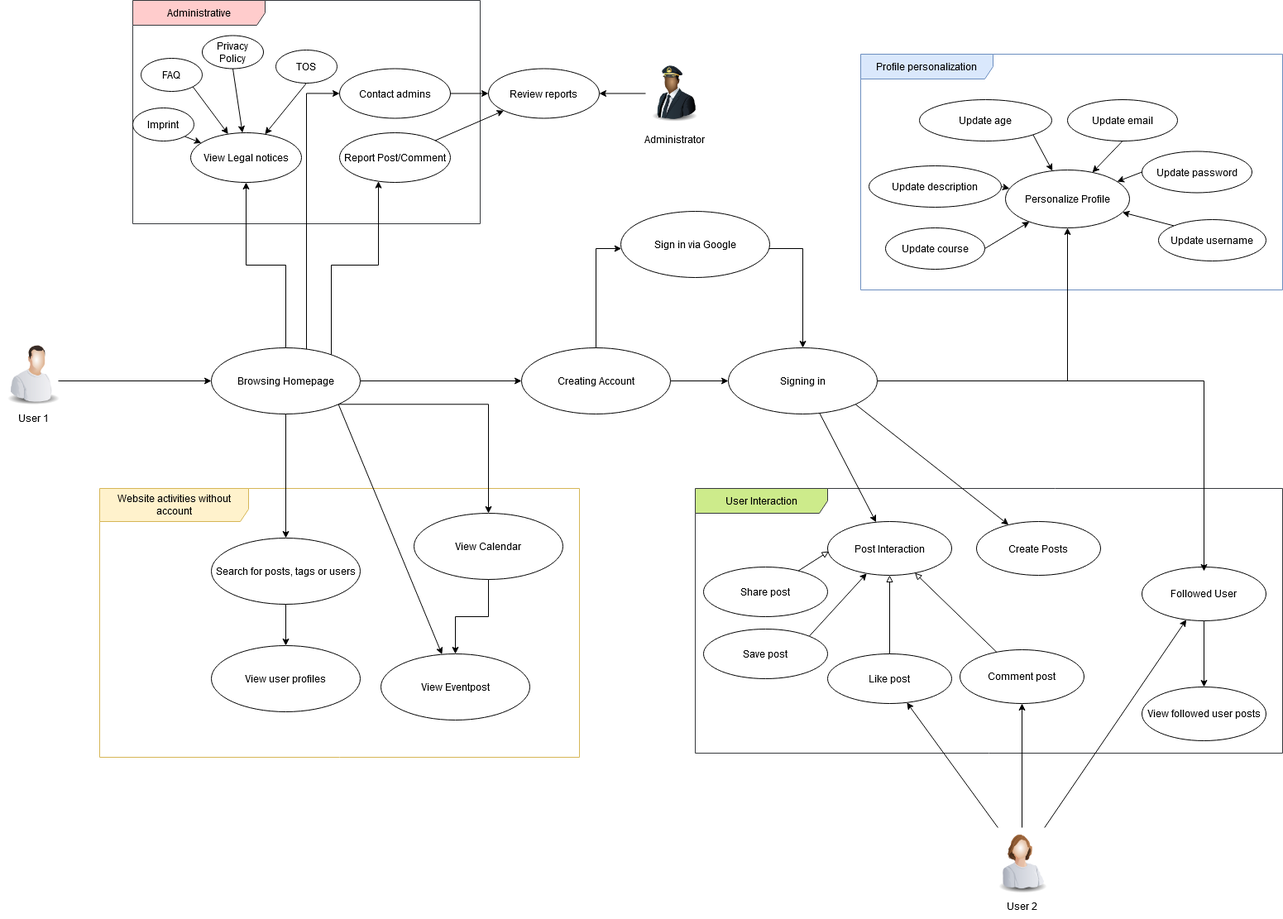
This is docs/diagrams/UsecaseDiagramGeneralRenewed.drawio.png from SE-TINF22B6/DHBWhub, a draw.io export, as it was before one commit. Source tidied: cells renumbered, new cells last; positions are measured from the earlier drawing's top-left corner, leaving out a move shared by most shapes. Source of this version:
```xml
<mxGraphModel>
  <root>
    <mxCell id="0" />
    <mxCell id="1" parent="0" />
    <mxCell id="2" value="Profile personalization" style="shape=umlFrame;whiteSpace=wrap;html=1;width=160;fillColor=#dae8fc;strokeColor=#6c8ebf;swimlaneFillColor=default;" parent="1" vertex="1">
      <mxGeometry x="1040" y="65" width="510" height="285" as="geometry" />
    </mxCell>
    <mxCell id="3" style="rounded=0;jettySize=auto;html=1;exitX=0;exitY=0;exitDx=0;exitDy=0;" parent="2" edge="1" source="4" target="9">
      <mxGeometry relative="1" as="geometry" />
    </mxCell>
    <mxCell id="4" value="Update username" style="ellipse;whiteSpace=wrap;html=1;" parent="2" vertex="1">
      <mxGeometry x="360" y="200" width="130" height="50" as="geometry" />
    </mxCell>
    <mxCell id="5" style="rounded=0;jettySize=auto;html=1;exitX=1;exitY=0.5;exitDx=0;exitDy=0;" parent="2" edge="1" source="6" target="9">
      <mxGeometry relative="1" as="geometry" />
    </mxCell>
    <mxCell id="6" value="Update course" style="ellipse;whiteSpace=wrap;html=1;" parent="2" vertex="1">
      <mxGeometry x="30" y="210" width="120" height="50" as="geometry" />
    </mxCell>
    <mxCell id="7" style="rounded=0;jettySize=auto;html=1;exitX=1;exitY=0.5;exitDx=0;exitDy=0;" parent="2" edge="1" source="8" target="9">
      <mxGeometry relative="1" as="geometry" />
    </mxCell>
    <mxCell id="8" value="Update description" style="ellipse;whiteSpace=wrap;html=1;" parent="2" vertex="1">
      <mxGeometry x="10" y="135" width="160" height="50" as="geometry" />
    </mxCell>
    <mxCell id="9" value="Personalize Profile" style="ellipse;whiteSpace=wrap;html=1;" parent="2" vertex="1">
      <mxGeometry x="175" y="140" width="150" height="70" as="geometry" />
    </mxCell>
    <mxCell id="10" style="rounded=0;jettySize=auto;html=1;exitX=0.5;exitY=1;exitDx=0;exitDy=0;" parent="2" edge="1" source="11" target="9">
      <mxGeometry relative="1" as="geometry" />
    </mxCell>
    <mxCell id="11" value="Update email" style="ellipse;whiteSpace=wrap;html=1;" parent="2" vertex="1">
      <mxGeometry x="250" y="55" width="133" height="50" as="geometry" />
    </mxCell>
    <mxCell id="12" style="rounded=0;jettySize=auto;html=1;exitX=1;exitY=1;exitDx=0;exitDy=0;" parent="2" edge="1" source="13" target="9">
      <mxGeometry relative="1" as="geometry" />
    </mxCell>
    <mxCell id="13" value="Update age" style="ellipse;whiteSpace=wrap;html=1;" parent="2" vertex="1">
      <mxGeometry x="71" y="55" width="160" height="50" as="geometry" />
    </mxCell>
    <mxCell id="14" style="rounded=0;jettySize=auto;html=1;exitX=0;exitY=0.5;exitDx=0;exitDy=0;" parent="2" edge="1" source="15" target="9">
      <mxGeometry relative="1" as="geometry" />
    </mxCell>
    <mxCell id="15" value="Update password" style="ellipse;whiteSpace=wrap;html=1;" parent="2" vertex="1">
      <mxGeometry x="340" y="117.5" width="133" height="50" as="geometry" />
    </mxCell>
    <mxCell id="16" value="User Interaction" style="shape=umlFrame;whiteSpace=wrap;html=1;width=160;fillColor=#cdeb8b;strokeColor=#36393d;swimlaneFillColor=default;" parent="1" vertex="1">
      <mxGeometry x="840" y="590" width="710" height="320" as="geometry" />
    </mxCell>
    <mxCell id="17" style="edgeStyle=orthogonalEdgeStyle;rounded=0;jettySize=auto;html=1;exitX=0.5;exitY=1;exitDx=0;exitDy=0;" parent="16" edge="1" source="18" target="29">
      <mxGeometry relative="1" as="geometry" />
    </mxCell>
    <mxCell id="18" value="Followed User" style="ellipse;whiteSpace=wrap;html=1;" parent="16" vertex="1">
      <mxGeometry x="540" y="95" width="150" height="65" as="geometry" />
    </mxCell>
    <mxCell id="19" value="Post Interaction" style="ellipse;whiteSpace=wrap;html=1;" parent="16" vertex="1">
      <mxGeometry x="160" y="40" width="150" height="65" as="geometry" />
    </mxCell>
    <mxCell id="20" style="rounded=0;jettySize=auto;html=1;endArrow=block;endFill=0;" parent="16" edge="1" source="21" target="19">
      <mxGeometry relative="1" as="geometry" />
    </mxCell>
    <mxCell id="21" value="Comment post" style="ellipse;whiteSpace=wrap;html=1;" parent="16" vertex="1">
      <mxGeometry x="320" y="195" width="150" height="65" as="geometry" />
    </mxCell>
    <mxCell id="22" style="edgeStyle=orthogonalEdgeStyle;rounded=0;jettySize=auto;html=1;exitX=0.5;exitY=0;exitDx=0;exitDy=0;entryX=0.5;entryY=1;entryDx=0;entryDy=0;endArrow=block;endFill=0;" parent="16" edge="1" source="23" target="19">
      <mxGeometry relative="1" as="geometry" />
    </mxCell>
    <mxCell id="23" value="Like post" style="ellipse;whiteSpace=wrap;html=1;" parent="16" vertex="1">
      <mxGeometry x="160" y="200" width="150" height="60" as="geometry" />
    </mxCell>
    <mxCell id="24" value="Share post" style="ellipse;whiteSpace=wrap;html=1;" parent="16" vertex="1">
      <mxGeometry x="10" y="95" width="150" height="60" as="geometry" />
    </mxCell>
    <mxCell id="25" style="rounded=0;jettySize=auto;html=1;entryX=0.01;entryY=0.555;entryDx=0;entryDy=0;entryPerimeter=0;endArrow=block;endFill=0;" parent="16" edge="1" source="24" target="19">
      <mxGeometry relative="1" as="geometry" />
    </mxCell>
    <mxCell id="26" style="rounded=0;jettySize=auto;html=1;exitX=1;exitY=0;exitDx=0;exitDy=0;" parent="16" edge="1" source="27" target="19">
      <mxGeometry relative="1" as="geometry" />
    </mxCell>
    <mxCell id="27" value="Save post" style="ellipse;whiteSpace=wrap;html=1;" parent="16" vertex="1">
      <mxGeometry x="10" y="170" width="150" height="60" as="geometry" />
    </mxCell>
    <mxCell id="28" value="Create Posts" style="ellipse;whiteSpace=wrap;html=1;" parent="16" vertex="1">
      <mxGeometry x="340" y="40" width="150" height="65" as="geometry" />
    </mxCell>
    <mxCell id="29" value="View followed user posts" style="ellipse;whiteSpace=wrap;html=1;" parent="16" vertex="1">
      <mxGeometry x="540" y="240" width="150" height="65" as="geometry" />
    </mxCell>
    <mxCell id="30" value="Administrative" style="shape=umlFrame;whiteSpace=wrap;html=1;width=160;fillColor=#ffcccc;strokeColor=#36393d;swimlaneFillColor=default;gradientColor=none;" parent="1" vertex="1">
      <mxGeometry x="160" width="420" height="270" as="geometry" />
    </mxCell>
    <mxCell id="31" style="rounded=0;jettySize=auto;html=1;exitX=1;exitY=1;exitDx=0;exitDy=0;" parent="30" edge="1" source="32" target="33">
      <mxGeometry relative="1" as="geometry" />
    </mxCell>
    <mxCell id="32" value="FAQ" style="ellipse;whiteSpace=wrap;html=1;" parent="30" vertex="1">
      <mxGeometry x="10" y="70" width="74" height="40" as="geometry" />
    </mxCell>
    <mxCell id="33" value="View Legal notices " style="ellipse;whiteSpace=wrap;html=1;" parent="30" vertex="1">
      <mxGeometry x="70" y="160" width="134" height="60" as="geometry" />
    </mxCell>
    <mxCell id="34" style="rounded=0;jettySize=auto;html=1;exitX=0.5;exitY=1;exitDx=0;exitDy=0;" parent="30" edge="1" source="35" target="33">
      <mxGeometry relative="1" as="geometry" />
    </mxCell>
    <mxCell id="35" value="Privacy Policy" style="ellipse;whiteSpace=wrap;html=1;" parent="30" vertex="1">
      <mxGeometry x="84" y="42.5" width="74" height="40" as="geometry" />
    </mxCell>
    <mxCell id="36" style="rounded=0;jettySize=auto;html=1;exitX=0.5;exitY=1;exitDx=0;exitDy=0;" parent="30" edge="1" source="37" target="33">
      <mxGeometry relative="1" as="geometry" />
    </mxCell>
    <mxCell id="37" value="TOS" style="ellipse;whiteSpace=wrap;html=1;" parent="30" vertex="1">
      <mxGeometry x="173" y="60" width="74" height="40" as="geometry" />
    </mxCell>
    <mxCell id="38" style="rounded=0;jettySize=auto;html=1;exitX=1;exitY=1;exitDx=0;exitDy=0;" parent="30" edge="1" source="39" target="33">
      <mxGeometry relative="1" as="geometry" />
    </mxCell>
    <mxCell id="39" value="Imprint" style="ellipse;whiteSpace=wrap;html=1;" parent="30" vertex="1">
      <mxGeometry y="130" width="74" height="40" as="geometry" />
    </mxCell>
    <mxCell id="40" style="edgeStyle=orthogonalEdgeStyle;rounded=0;orthogonalLoop=1;jettySize=auto;html=1;exitX=0.5;exitY=1;exitDx=0;exitDy=0;" parent="30" edge="1" source="32" target="32">
      <mxGeometry relative="1" as="geometry" />
    </mxCell>
    <mxCell id="41" value="Contact admins" style="ellipse;whiteSpace=wrap;html=1;" parent="30" vertex="1">
      <mxGeometry x="250" y="82.5" width="134" height="60" as="geometry" />
    </mxCell>
    <mxCell id="42" value="Report Post/Comment" style="ellipse;whiteSpace=wrap;html=1;" parent="30" vertex="1">
      <mxGeometry x="250" y="160" width="134" height="60" as="geometry" />
    </mxCell>
    <mxCell id="43" value="Website activities without account" style="shape=umlFrame;whiteSpace=wrap;html=1;width=180;fillColor=#fff2cc;strokeColor=#d6b656;height=40;swimlaneFillColor=default;" parent="1" vertex="1">
      <mxGeometry x="120" y="590" width="580" height="325" as="geometry" />
    </mxCell>
    <mxCell id="44" style="edgeStyle=orthogonalEdgeStyle;rounded=0;jettySize=auto;html=1;" parent="43" edge="1" source="45" target="46">
      <mxGeometry relative="1" as="geometry" />
    </mxCell>
    <mxCell id="45" value="Search for posts, tags or users" style="ellipse;whiteSpace=wrap;html=1;" parent="43" vertex="1">
      <mxGeometry x="135" y="60" width="180" height="80" as="geometry" />
    </mxCell>
    <mxCell id="46" value="View user profiles" style="ellipse;whiteSpace=wrap;html=1;" parent="43" vertex="1">
      <mxGeometry x="135" y="190" width="180" height="80" as="geometry" />
    </mxCell>
    <mxCell id="47" value="View Eventpost" style="ellipse;whiteSpace=wrap;html=1;" parent="43" vertex="1">
      <mxGeometry x="340" y="200" width="180" height="80" as="geometry" />
    </mxCell>
    <mxCell id="48" style="edgeStyle=orthogonalEdgeStyle;rounded=0;jettySize=auto;html=1;" parent="43" edge="1" source="49" target="47">
      <mxGeometry relative="1" as="geometry" />
    </mxCell>
    <mxCell id="49" value="View Calendar" style="ellipse;whiteSpace=wrap;html=1;" parent="43" vertex="1">
      <mxGeometry x="380" y="30" width="180" height="80" as="geometry" />
    </mxCell>
    <mxCell id="50" style="edgeStyle=orthogonalEdgeStyle;rounded=0;jettySize=auto;html=1;exitX=1;exitY=0.5;exitDx=0;exitDy=0;" parent="1" edge="1" source="57" target="61">
      <mxGeometry relative="1" as="geometry" />
    </mxCell>
    <mxCell id="51" style="edgeStyle=orthogonalEdgeStyle;rounded=0;jettySize=auto;html=1;exitX=0.5;exitY=1;exitDx=0;exitDy=0;" parent="1" edge="1" source="57" target="45">
      <mxGeometry relative="1" as="geometry" />
    </mxCell>
    <mxCell id="52" style="edgeStyle=orthogonalEdgeStyle;rounded=0;jettySize=auto;html=1;exitX=1;exitY=1;exitDx=0;exitDy=0;" parent="1" edge="1" source="57" target="49">
      <mxGeometry relative="1" as="geometry" />
    </mxCell>
    <mxCell id="53" style="rounded=0;jettySize=auto;html=1;exitX=1;exitY=1;exitDx=0;exitDy=0;" parent="1" edge="1" source="57" target="47">
      <mxGeometry relative="1" as="geometry" />
    </mxCell>
    <mxCell id="54" style="edgeStyle=orthogonalEdgeStyle;rounded=0;jettySize=auto;html=1;entryX=0;entryY=0.5;entryDx=0;entryDy=0;" parent="1" edge="1" source="57" target="41">
      <mxGeometry relative="1" as="geometry">
        <Array as="points">
          <mxPoint x="370" y="112" />
        </Array>
      </mxGeometry>
    </mxCell>
    <mxCell id="55" style="edgeStyle=orthogonalEdgeStyle;rounded=0;jettySize=auto;html=1;" parent="1" edge="1" source="57" target="42">
      <mxGeometry relative="1" as="geometry">
        <Array as="points">
          <mxPoint x="400" y="320" />
          <mxPoint x="457" y="320" />
        </Array>
      </mxGeometry>
    </mxCell>
    <mxCell id="56" style="edgeStyle=orthogonalEdgeStyle;rounded=0;jettySize=auto;html=1;" parent="1" edge="1" source="57" target="33">
      <mxGeometry relative="1" as="geometry" />
    </mxCell>
    <mxCell id="57" value="Browsing Homepage" style="ellipse;whiteSpace=wrap;html=1;" parent="1" vertex="1">
      <mxGeometry x="255" y="420" width="180" height="80" as="geometry" />
    </mxCell>
    <mxCell id="58" style="endArrow=classic;html=1;rounded=0;" parent="1" edge="1" target="57">
      <mxGeometry relative="1" as="geometry">
        <mxPoint x="70" y="460" as="sourcePoint" />
      </mxGeometry>
    </mxCell>
    <mxCell id="59" style="edgeStyle=orthogonalEdgeStyle;rounded=0;jettySize=auto;html=1;" parent="1" edge="1" source="61" target="78">
      <mxGeometry relative="1" as="geometry">
        <Array as="points">
          <mxPoint x="720" y="300" />
        </Array>
      </mxGeometry>
    </mxCell>
    <mxCell id="60" style="edgeStyle=orthogonalEdgeStyle;rounded=0;jettySize=auto;html=1;" parent="1" edge="1" source="61" target="76">
      <mxGeometry relative="1" as="geometry" />
    </mxCell>
    <mxCell id="61" value="Creating Account" style="ellipse;whiteSpace=wrap;html=1;" parent="1" vertex="1">
      <mxGeometry x="630" y="420" width="180" height="80" as="geometry" />
    </mxCell>
    <mxCell id="62" style="image;html=1;image=img/lib/clip_art/people/Worker_Man_128x128.png;" parent="1" vertex="1">
      <mxGeometry y="410" width="80" height="80" as="geometry" />
    </mxCell>
    <mxCell id="63" value="User 1" style="text;html=1;align=center;verticalAlign=middle;strokeColor=none;fillColor=none;" parent="1" vertex="1">
      <mxGeometry x="10" y="490" width="60" height="30" as="geometry" />
    </mxCell>
    <mxCell id="64" style="rounded=0;jettySize=auto;html=1;" parent="1" edge="1" source="67" target="23">
      <mxGeometry relative="1" as="geometry" />
    </mxCell>
    <mxCell id="65" style="edgeStyle=orthogonalEdgeStyle;rounded=0;jettySize=auto;html=1;" parent="1" edge="1" source="67" target="21">
      <mxGeometry relative="1" as="geometry" />
    </mxCell>
    <mxCell id="66" style="rounded=0;jettySize=auto;html=1;" parent="1" edge="1" source="67" target="18">
      <mxGeometry relative="1" as="geometry" />
    </mxCell>
    <mxCell id="67" style="image;html=1;image=img/lib/clip_art/people/Worker_Woman_128x128.png;" parent="1" vertex="1">
      <mxGeometry x="1195" y="1000" width="80" height="80" as="geometry" />
    </mxCell>
    <mxCell id="68" value="User 2" style="text;html=1;align=center;verticalAlign=middle;strokeColor=none;fillColor=none;" parent="1" vertex="1">
      <mxGeometry x="1205" y="1080" width="60" height="30" as="geometry" />
    </mxCell>
    <mxCell id="69" style="edgeStyle=orthogonalEdgeStyle;rounded=0;jettySize=auto;html=1;" parent="1" edge="1" source="70" target="79">
      <mxGeometry relative="1" as="geometry" />
    </mxCell>
    <mxCell id="70" style="image;html=1;image=img/lib/clip_art/people/Pilot_Man_Black_128x128.png;flipH=1;" parent="1" vertex="1">
      <mxGeometry x="780" y="72.5" width="70" height="80" as="geometry" />
    </mxCell>
    <mxCell id="71" value="Administrator" style="text;html=1;align=center;verticalAlign=middle;strokeColor=none;fillColor=none;" parent="1" vertex="1">
      <mxGeometry x="770" y="152.5" width="90" height="30" as="geometry" />
    </mxCell>
    <mxCell id="72" style="edgeStyle=orthogonalEdgeStyle;rounded=0;jettySize=auto;html=1;" parent="1" edge="1" source="76" target="9">
      <mxGeometry relative="1" as="geometry" />
    </mxCell>
    <mxCell id="73" style="rounded=0;jettySize=auto;html=1;" parent="1" edge="1" source="76" target="19">
      <mxGeometry relative="1" as="geometry" />
    </mxCell>
    <mxCell id="74" style="rounded=0;jettySize=auto;html=1;exitX=1;exitY=1;exitDx=0;exitDy=0;" parent="1" edge="1" source="76" target="28">
      <mxGeometry relative="1" as="geometry" />
    </mxCell>
    <mxCell id="75" style="rounded=0;jettySize=auto;html=1;exitX=1;exitY=0.5;exitDx=0;exitDy=0;entryX=0.5;entryY=0.077;entryDx=0;entryDy=0;entryPerimeter=0;" parent="1" edge="1" source="76" target="18">
      <mxGeometry relative="1" as="geometry">
        <Array as="points">
          <mxPoint x="1455" y="460" />
        </Array>
      </mxGeometry>
    </mxCell>
    <mxCell id="76" value="Signing in" style="ellipse;whiteSpace=wrap;html=1;" parent="1" vertex="1">
      <mxGeometry x="880" y="420" width="180" height="80" as="geometry" />
    </mxCell>
    <mxCell id="77" style="edgeStyle=orthogonalEdgeStyle;rounded=0;jettySize=auto;html=1;" parent="1" edge="1" source="78" target="76">
      <mxGeometry relative="1" as="geometry">
        <Array as="points">
          <mxPoint x="970" y="300" />
        </Array>
      </mxGeometry>
    </mxCell>
    <mxCell id="78" value="Sign in via Google" style="ellipse;whiteSpace=wrap;html=1;" parent="1" vertex="1">
      <mxGeometry x="750" y="255" width="180" height="80" as="geometry" />
    </mxCell>
    <mxCell id="79" value="Review reports" style="ellipse;whiteSpace=wrap;html=1;" parent="1" vertex="1">
      <mxGeometry x="590" y="82.5" width="134" height="60" as="geometry" />
    </mxCell>
    <mxCell id="80" style="rounded=0;jettySize=auto;html=1;" parent="1" edge="1" source="42" target="79">
      <mxGeometry relative="1" as="geometry" />
    </mxCell>
    <mxCell id="81" style="rounded=0;jettySize=auto;html=1;" parent="1" edge="1" source="41" target="79">
      <mxGeometry relative="1" as="geometry" />
    </mxCell>
  </root>
</mxGraphModel>
```
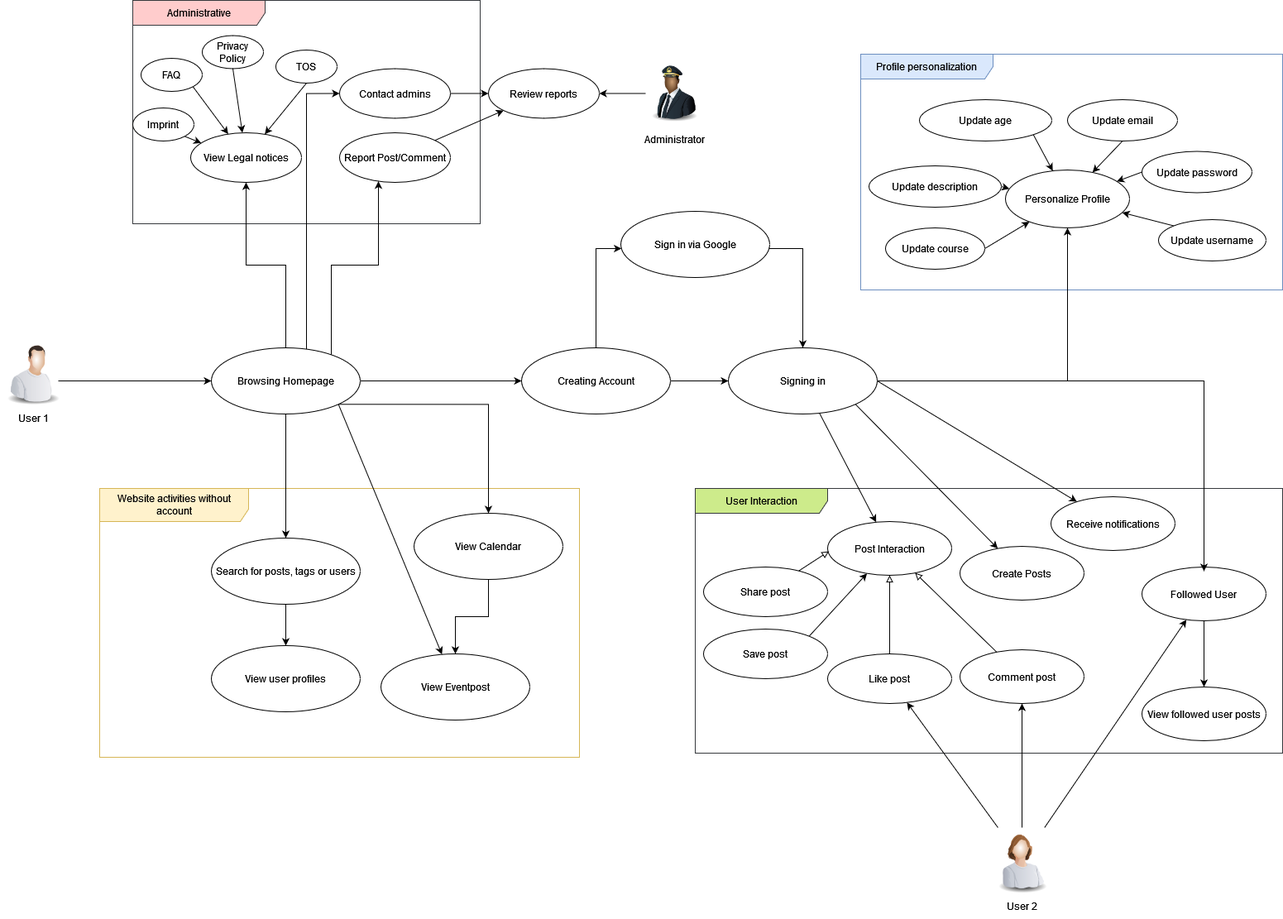
The same diagram one commit later.

The edit, as a diff of the source:
```diff
@@ -81,11 +81,14 @@
       <mxGeometry x="10" y="170" width="150" height="60" as="geometry" />
     </mxCell>
     <mxCell id="28" value="Create Posts" style="ellipse;whiteSpace=wrap;html=1;" parent="16" vertex="1">
-      <mxGeometry x="340" y="40" width="150" height="65" as="geometry" />
+      <mxGeometry x="320" y="70" width="150" height="65" as="geometry" />
     </mxCell>
     <mxCell id="29" value="View followed user posts" style="ellipse;whiteSpace=wrap;html=1;" parent="16" vertex="1">
       <mxGeometry x="540" y="240" width="150" height="65" as="geometry" />
     </mxCell>
+    <mxCell id="82" value="Receive notifications" style="ellipse;whiteSpace=wrap;html=1;" parent="16" vertex="1">
+      <mxGeometry x="430" y="10" width="150" height="65" as="geometry" />
+    </mxCell>
     <mxCell id="30" value="Administrative" style="shape=umlFrame;whiteSpace=wrap;html=1;width=160;fillColor=#ffcccc;strokeColor=#36393d;swimlaneFillColor=default;gradientColor=none;" parent="1" vertex="1">
       <mxGeometry x="160" width="420" height="270" as="geometry" />
     </mxCell>
@@ -243,6 +246,9 @@
         </Array>
       </mxGeometry>
     </mxCell>
+    <mxCell id="83" style="rounded=0;jettySize=auto;html=1;exitX=1;exitY=0.5;exitDx=0;exitDy=0;" parent="1" edge="1" source="76" target="82">
+      <mxGeometry relative="1" as="geometry" />
+    </mxCell>
     <mxCell id="76" value="Signing in" style="ellipse;whiteSpace=wrap;html=1;" parent="1" vertex="1">
       <mxGeometry x="880" y="420" width="180" height="80" as="geometry" />
     </mxCell>
```
